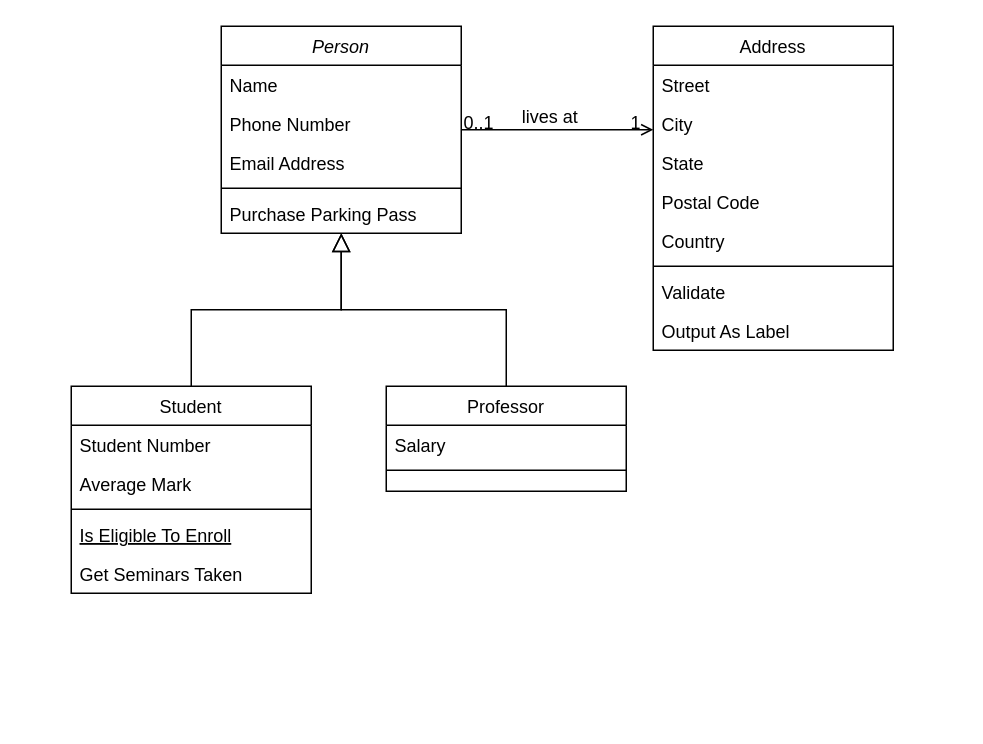
cc4semestre/projeto keeps this draw.io diagram as Diagramas/Diagrama de Classe.drawio. Above is the earlier version. Source tidied: cells renumbered, new cells numbered last; positions are measured from the earlier drawing's top-left corner, leaving out a move shared by most shapes. Both pictures are drawn from the tidied source at 150%, with x=0, y=0 at pixel (70, 26).
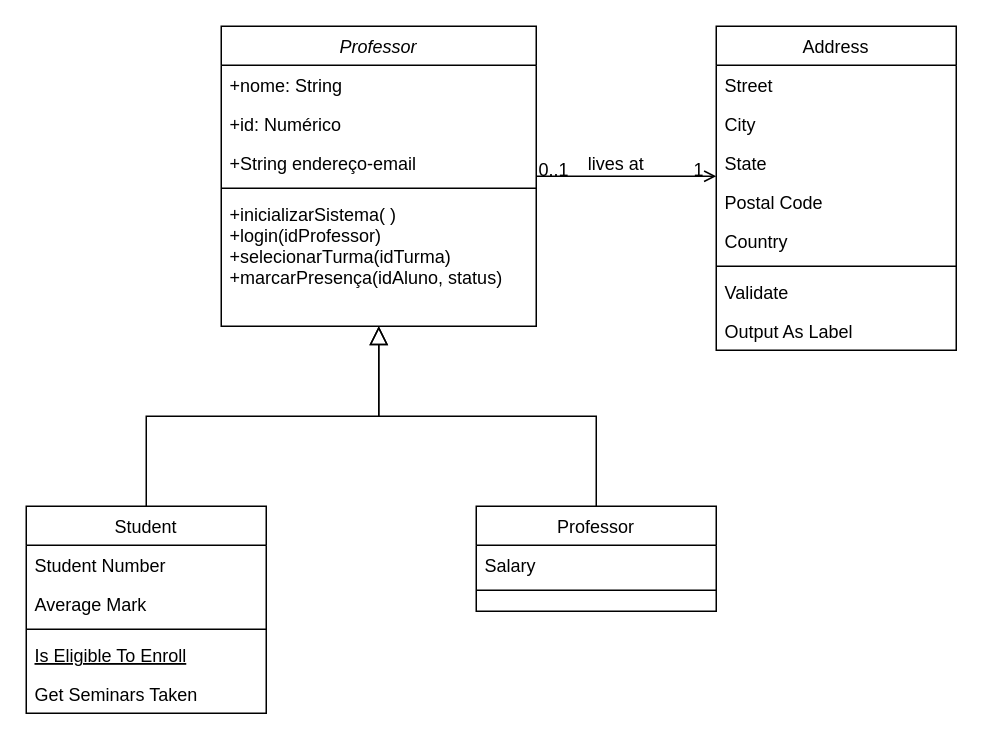
The same diagram, later.

Change to the diagram source:
```diff
@@
-    <mxCell id="2" value="Person" style="swimlane;fontStyle=2;align=center;verticalAlign=top;horizontal=1;startSize=26;rounded=0;shadow=0;strokeWidth=1;" parent="1" vertex="1">
-      <mxGeometry x="100" width="160" height="138" as="geometry" />
+    <mxCell id="2" value="Professor" style="swimlane;fontStyle=2;align=center;verticalAlign=top;horizontal=1;startSize=26;rounded=0;shadow=0;strokeWidth=1;" parent="1" vertex="1">
+      <mxGeometry x="100" width="210" height="200" as="geometry" />
     </mxCell>
-    <mxCell id="3" value="Name" style="text;align=left;verticalAlign=top;spacingLeft=4;spacingRight=4;overflow=hidden;" parent="2" vertex="1">
-      <mxGeometry y="26" width="160" height="26" as="geometry" />
+    <mxCell id="3" value="+nome: String" style="text;align=left;verticalAlign=top;spacingLeft=4;spacingRight=4;overflow=hidden;" parent="2" vertex="1">
+      <mxGeometry y="26" width="210" height="26" as="geometry" />
     </mxCell>
-    <mxCell id="4" value="Phone Number" style="text;align=left;verticalAlign=top;spacingLeft=4;spacingRight=4;overflow=hidden;rounded=0;shadow=0;html=0;" parent="2" vertex="1">
-      <mxGeometry y="52" width="160" height="26" as="geometry" />
+    <mxCell id="4" value="+id: Numérico" style="text;align=left;verticalAlign=top;spacingLeft=4;spacingRight=4;overflow=hidden;rounded=0;shadow=0;html=0;" parent="2" vertex="1">
+      <mxGeometry y="52" width="210" height="26" as="geometry" />
     </mxCell>
-    <mxCell id="5" value="Email Address" style="text;align=left;verticalAlign=top;spacingLeft=4;spacingRight=4;overflow=hidden;rounded=0;shadow=0;html=0;" parent="2" vertex="1">
-      <mxGeometry y="78" width="160" height="26" as="geometry" />
+    <mxCell id="5" value="+String endereço-email" style="text;align=left;verticalAlign=top;spacingLeft=4;spacingRight=4;overflow=hidden;rounded=0;shadow=0;html=0;" parent="2" vertex="1">
+      <mxGeometry y="78" width="210" height="26" as="geometry" />
     </mxCell>
     <mxCell id="6" style="line;html=1;strokeWidth=1;align=left;verticalAlign=middle;spacingTop=-1;spacingLeft=3;spacingRight=3;labelPosition=right;" parent="2" vertex="1">
-      <mxGeometry y="104" width="160" height="8" as="geometry" />
+      <mxGeometry y="104" width="210" height="8" as="geometry" />
     </mxCell>
-    <mxCell id="7" value="Purchase Parking Pass" style="text;align=left;verticalAlign=top;spacingLeft=4;spacingRight=4;overflow=hidden;" parent="2" vertex="1">
-      <mxGeometry y="112" width="160" height="26" as="geometry" />
+    <mxCell id="7" value="+inicializarSistema( )&#10;+login(idProfessor)&#10;+selecionarTurma(idTurma)&#10;+marcarPresença(idAluno, status)" style="text;align=left;verticalAlign=top;spacingLeft=4;spacingRight=4;overflow=hidden;" parent="2" vertex="1">
+      <mxGeometry y="112" width="210" height="88" as="geometry" />
     </mxCell>
     <mxCell id="8" value="Student" style="swimlane;fontStyle=0;align=center;verticalAlign=top;horizontal=1;startSize=26;rounded=0;shadow=0;strokeWidth=1;" parent="1" vertex="1">
-      <mxGeometry y="240" width="160" height="138" as="geometry" />
+      <mxGeometry x="-30" y="320" width="160" height="138" as="geometry" />
     </mxCell>
@@
     <mxCell id="15" value="Professor" style="swimlane;fontStyle=0;align=center;verticalAlign=top;horizontal=1;startSize=26;rounded=0;shadow=0;strokeWidth=1;" parent="1" vertex="1">
-      <mxGeometry x="210" y="240" width="160" height="70" as="geometry" />
+      <mxGeometry x="270" y="320" width="160" height="70" as="geometry" />
     </mxCell>
@@
     <mxCell id="19" value="Address" style="swimlane;fontStyle=0;align=center;verticalAlign=top;horizontal=1;startSize=26;rounded=0;shadow=0;strokeWidth=1;" parent="1" vertex="1">
-      <mxGeometry x="388" width="160" height="216" as="geometry" />
+      <mxGeometry x="430" width="160" height="216" as="geometry" />
     </mxCell>
```
